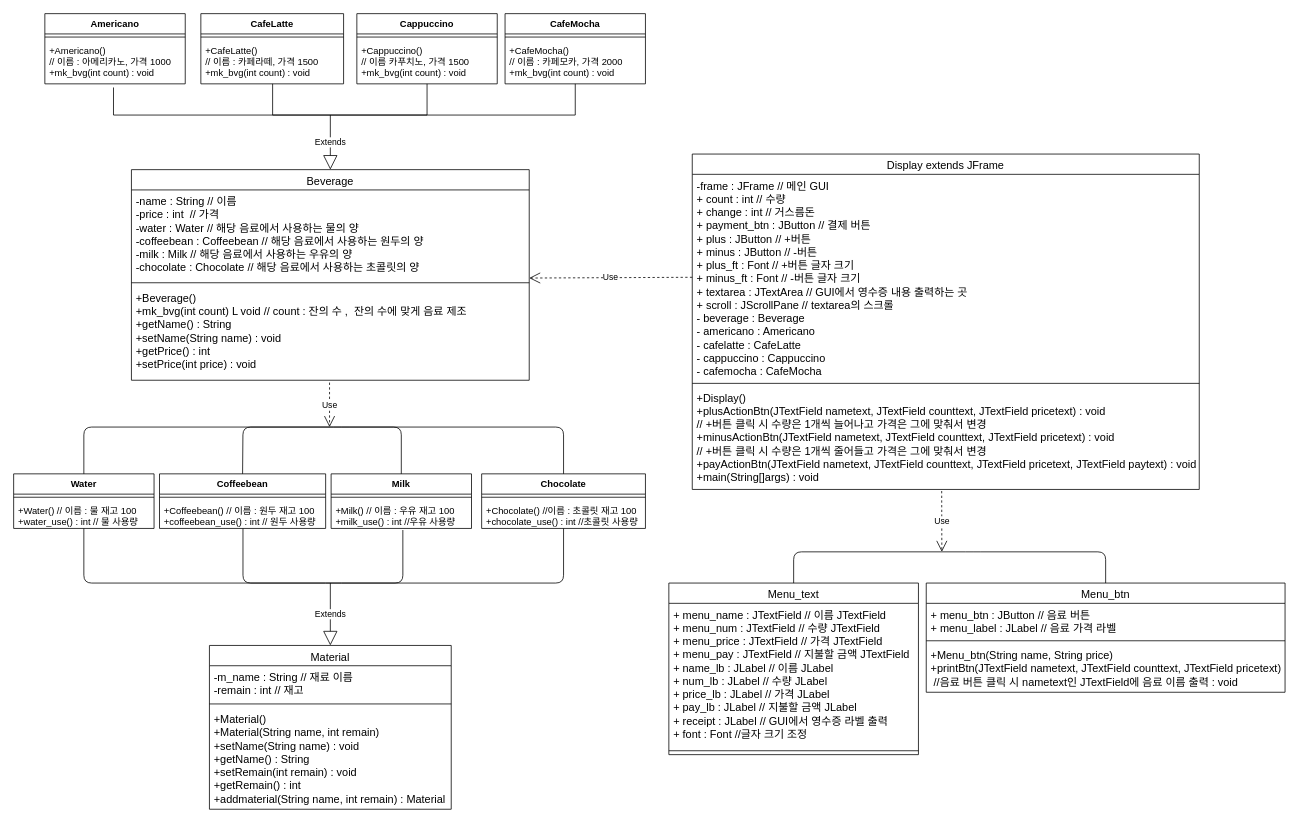
Above: Untitled Diagram.drawio in ans2568/Messenger (draw.io), before the change. Source tidied: cells renumbered, new cells numbered last; positions are measured from the earlier drawing's top-left corner, leaving out a move shared by most shapes. Both pictures are drawn from the tidied source at 78%, with x=0, y=0 at pixel (13, 13).
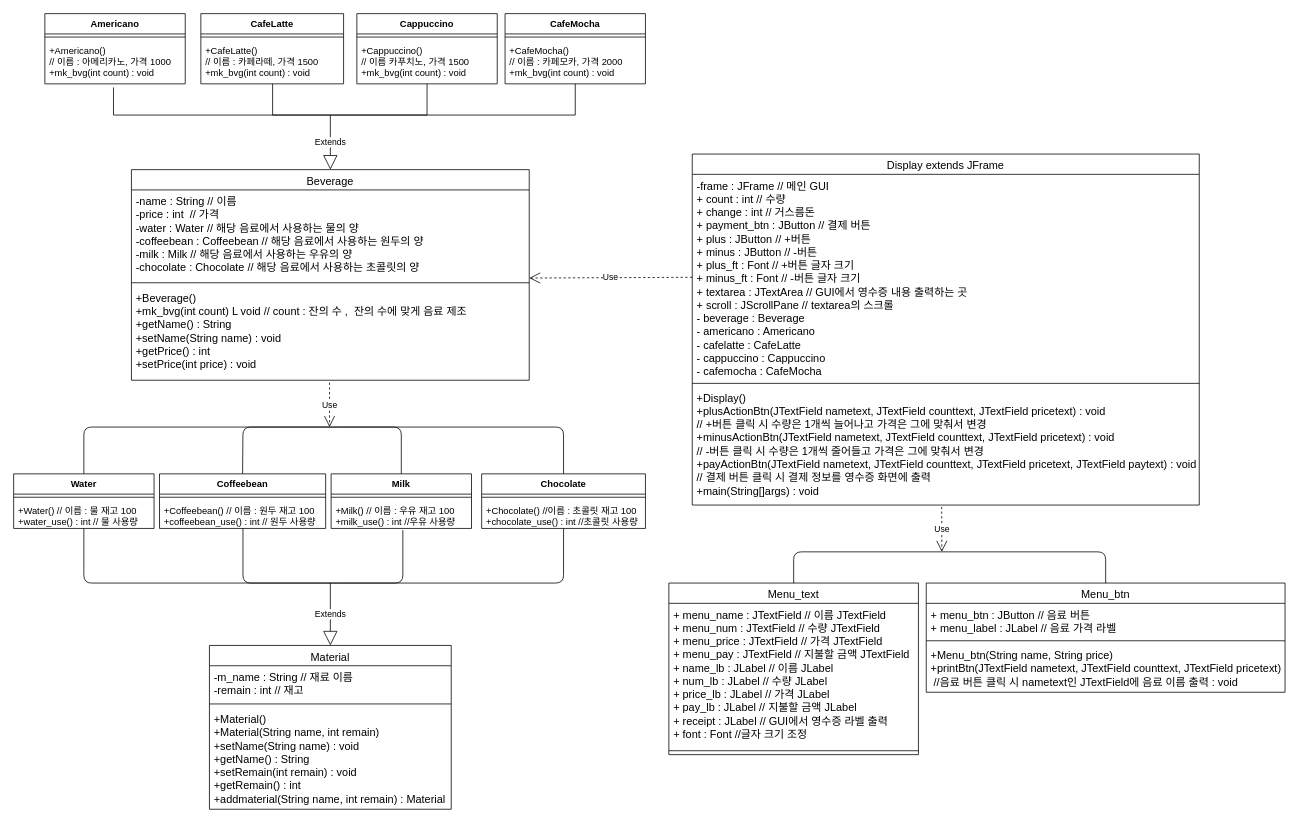
The same page after the edit.

What changed in the source:
```diff
@@
     <mxCell id="6" value="Display extends JFrame" style="swimlane;fontStyle=0;align=center;verticalAlign=top;horizontal=1;startSize=26;rounded=0;shadow=0;strokeWidth=1;fontSize=14;" parent="1" vertex="1">
-      <mxGeometry x="870" y="180" width="650" height="430" as="geometry" />
+      <mxGeometry x="870" y="180" width="650" height="450" as="geometry" />
     </mxCell>
@@
-    <mxCell id="9" value="+Display()&#10;+plusActionBtn(JTextField nametext, JTextField counttext, JTextField pricetext) : void&#10;// +버튼 클릭 시 수량은 1개씩 늘어나고 가격은 그에 맞춰서 변경&#10;+minusActionBtn(JTextField nametext, JTextField counttext, JTextField pricetext) : void&#10;// +버튼 클릭 시 수량은 1개씩 줄어들고 가격은 그에 맞춰서 변경&#10;+payActionBtn(JTextField nametext, JTextField counttext, JTextField pricetext, JTextField paytext) : void&#10;+main(String[]args) : void" style="text;strokeColor=none;fillColor=none;align=left;verticalAlign=top;spacingLeft=4;spacingRight=4;overflow=hidden;points=[[0,0.5],[1,0.5]];portConstraint=eastwest;fontSize=14;" parent="6" vertex="1">
-      <mxGeometry y="298" width="650" height="132" as="geometry" />
+    <mxCell id="9" value="+Display()&#10;+plusActionBtn(JTextField nametext, JTextField counttext, JTextField pricetext) : void&#10;// +버튼 클릭 시 수량은 1개씩 늘어나고 가격은 그에 맞춰서 변경&#10;+minusActionBtn(JTextField nametext, JTextField counttext, JTextField pricetext) : void&#10;// -버튼 클릭 시 수량은 1개씩 줄어들고 가격은 그에 맞춰서 변경&#10;+payActionBtn(JTextField nametext, JTextField counttext, JTextField pricetext, JTextField paytext) : void&#10;// 결제 버튼 클릭 시 결제 정보를 영수증 화면에 출력&#10;+main(String[]args) : void" style="text;strokeColor=none;fillColor=none;align=left;verticalAlign=top;spacingLeft=4;spacingRight=4;overflow=hidden;points=[[0,0.5],[1,0.5]];portConstraint=eastwest;fontSize=14;" parent="6" vertex="1">
+      <mxGeometry y="298" width="650" height="152" as="geometry" />
     </mxCell>
```
